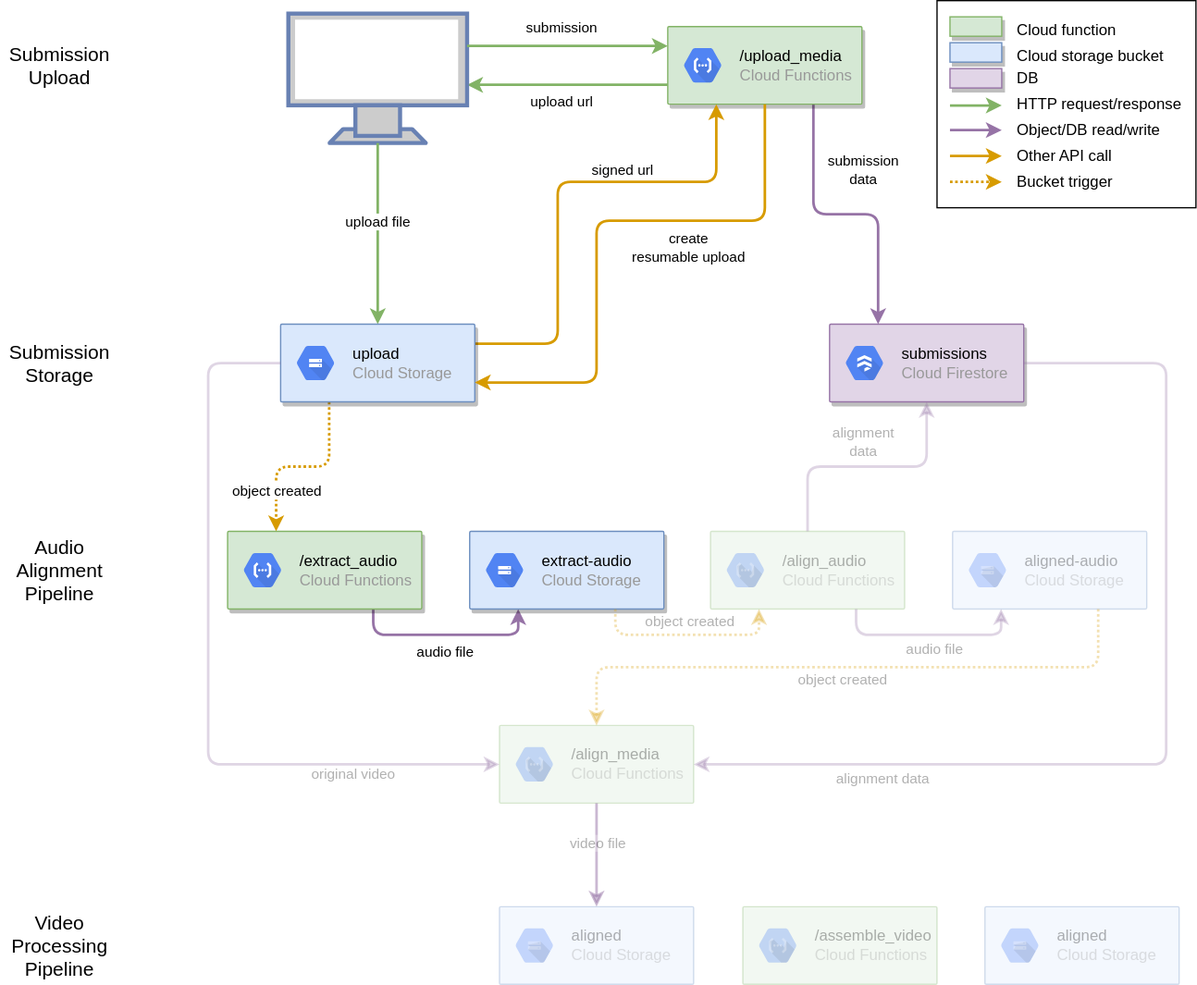
Before: doc/architecture.svg, a diagram exported from draw.io (mrichards42/quarantine-chorus). Source tidied: cells renumbered, new cells last; positions are measured from the earlier drawing's top-left corner, leaving out a move shared by most shapes.
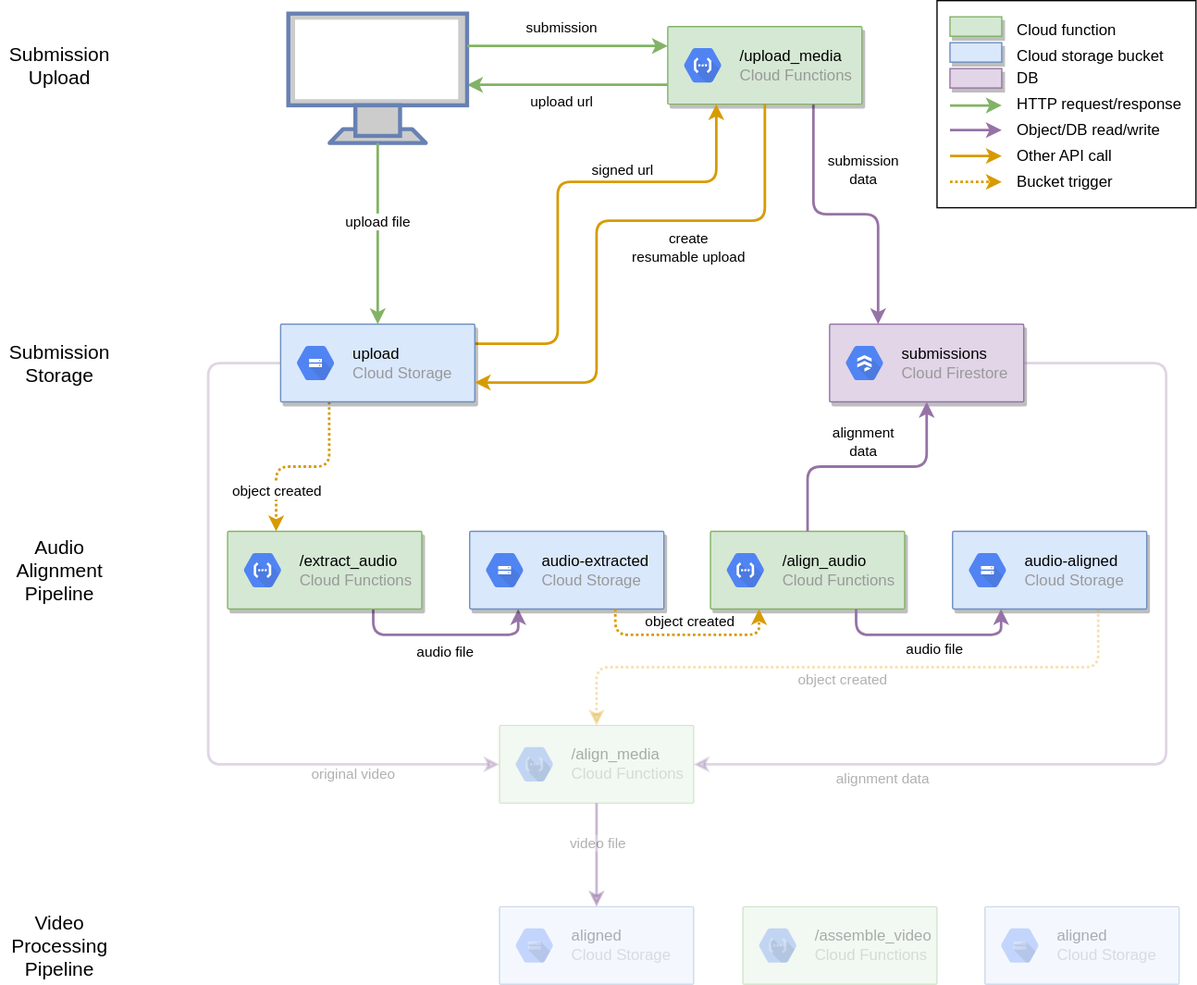
Above is the later version.

Commit message:
Update diagram for align_audio function

Change to the diagram source:
```diff
@@ -122,34 +122,34 @@
     <mxCell id="28" style="strokeColor=#6c8ebf;shadow=1;strokeWidth=1;rounded=1;absoluteArcSize=1;arcSize=2;fillColor=#dae8fc;" parent="1" vertex="1">
       <mxGeometry x="362" y="410" width="150" height="60" as="geometry" />
     </mxCell>
-    <mxCell id="29" value="&lt;font color=&quot;#000000&quot;&gt;extract-audio&lt;/font&gt;&lt;br&gt;Cloud Storage" style="dashed=0;html=1;fillColor=#5184F3;strokeColor=none;shape=mxgraph.gcp2.hexIcon;prIcon=cloud_storage;labelPosition=right;verticalLabelPosition=middle;align=left;verticalAlign=middle;spacingLeft=5;fontColor=#999999;fontSize=12;" parent="28" vertex="1">
+    <mxCell id="29" value="&lt;font color=&quot;#000000&quot;&gt;audio-extracted&lt;/font&gt;&lt;br&gt;Cloud Storage" style="dashed=0;html=1;fillColor=#5184F3;strokeColor=none;shape=mxgraph.gcp2.hexIcon;prIcon=cloud_storage;labelPosition=right;verticalLabelPosition=middle;align=left;verticalAlign=middle;spacingLeft=5;fontColor=#999999;fontSize=12;" parent="28" vertex="1">
       <mxGeometry y="0.5" width="44" height="39" relative="1" as="geometry">
         <mxPoint x="5" y="-19.5" as="offset" />
       </mxGeometry>
     </mxCell>
-    <mxCell id="30" style="strokeColor=#82b366;shadow=0;strokeWidth=1;rounded=1;absoluteArcSize=1;arcSize=2;fillColor=#d5e8d4;opacity=30;textOpacity=30;" parent="1" vertex="1">
+    <mxCell id="30" style="strokeColor=#82b366;shadow=1;strokeWidth=1;rounded=1;absoluteArcSize=1;arcSize=2;fillColor=#d5e8d4;" parent="1" vertex="1">
       <mxGeometry x="548" y="410" width="150" height="60" as="geometry" />
     </mxCell>
-    <mxCell id="31" value="&lt;font color=&quot;#000000&quot;&gt;/align_audio&lt;/font&gt;&lt;br&gt;Cloud Functions" style="dashed=0;html=1;fillColor=#5184F3;strokeColor=none;shape=mxgraph.gcp2.hexIcon;prIcon=cloud_functions;labelPosition=right;verticalLabelPosition=middle;align=left;verticalAlign=middle;spacingLeft=5;fontColor=#999999;fontSize=12;opacity=30;textOpacity=30;" parent="30" vertex="1">
+    <mxCell id="31" value="&lt;font color=&quot;#000000&quot;&gt;/align_audio&lt;/font&gt;&lt;br&gt;Cloud Functions" style="dashed=0;html=1;fillColor=#5184F3;strokeColor=none;shape=mxgraph.gcp2.hexIcon;prIcon=cloud_functions;labelPosition=right;verticalLabelPosition=middle;align=left;verticalAlign=middle;spacingLeft=5;fontColor=#999999;fontSize=12;" parent="30" vertex="1">
       <mxGeometry y="0.5" width="44" height="39" relative="1" as="geometry">
         <mxPoint x="5" y="-19.5" as="offset" />
       </mxGeometry>
     </mxCell>
-    <mxCell id="32" value="object created" style="edgeStyle=orthogonalEdgeStyle;rounded=1;jettySize=auto;html=1;exitX=0.75;exitY=1;exitDx=0;exitDy=0;entryX=0.25;entryY=1;entryDx=0;entryDy=0;strokeWidth=2;dashed=1;dashPattern=1 1;fillColor=#ffe6cc;strokeColor=#d79b00;opacity=30;textOpacity=30;" parent="1" edge="1" source="28" target="30">
+    <mxCell id="32" value="object created" style="edgeStyle=orthogonalEdgeStyle;rounded=1;jettySize=auto;html=1;exitX=0.75;exitY=1;exitDx=0;exitDy=0;entryX=0.25;entryY=1;entryDx=0;entryDy=0;strokeWidth=2;dashed=1;dashPattern=1 1;fillColor=#ffe6cc;strokeColor=#d79b00;" parent="1" edge="1" source="28" target="30">
       <mxGeometry x="0.02" y="10" relative="1" as="geometry" />
     </mxCell>
-    <mxCell id="33" style="strokeColor=#6c8ebf;shadow=0;strokeWidth=1;rounded=1;absoluteArcSize=1;arcSize=2;fillColor=#dae8fc;textOpacity=30;opacity=30;fontColor=#000000;" parent="1" vertex="1">
+    <mxCell id="33" style="strokeColor=#6c8ebf;shadow=1;strokeWidth=1;rounded=1;absoluteArcSize=1;arcSize=2;fillColor=#dae8fc;fontColor=#000000;" parent="1" vertex="1">
       <mxGeometry x="735" y="410" width="150" height="60" as="geometry" />
     </mxCell>
-    <mxCell id="34" value="&lt;font color=&quot;#000000&quot;&gt;aligned-audio&lt;/font&gt;&lt;br&gt;Cloud Storage" style="dashed=0;html=1;fillColor=#5184F3;strokeColor=none;shape=mxgraph.gcp2.hexIcon;prIcon=cloud_storage;labelPosition=right;verticalLabelPosition=middle;align=left;verticalAlign=middle;spacingLeft=5;fontColor=#999999;fontSize=12;textOpacity=30;opacity=30;" parent="33" vertex="1">
+    <mxCell id="34" value="&lt;font color=&quot;#000000&quot;&gt;audio-aligned&lt;/font&gt;&lt;br&gt;Cloud Storage" style="dashed=0;html=1;fillColor=#5184F3;strokeColor=none;shape=mxgraph.gcp2.hexIcon;prIcon=cloud_storage;labelPosition=right;verticalLabelPosition=middle;align=left;verticalAlign=middle;spacingLeft=5;fontColor=#999999;fontSize=12;" parent="33" vertex="1">
       <mxGeometry y="0.5" width="44" height="39" relative="1" as="geometry">
         <mxPoint x="5" y="-19.5" as="offset" />
       </mxGeometry>
     </mxCell>
-    <mxCell id="35" style="edgeStyle=orthogonalEdgeStyle;rounded=1;jettySize=auto;html=1;exitX=0.75;exitY=1;exitDx=0;exitDy=0;entryX=0.25;entryY=1;entryDx=0;entryDy=0;strokeWidth=2;fillColor=#e1d5e7;strokeColor=#9673a6;opacity=30;textOpacity=30;" parent="1" edge="1" source="30" target="33">
+    <mxCell id="35" style="edgeStyle=orthogonalEdgeStyle;rounded=1;jettySize=auto;html=1;exitX=0.75;exitY=1;exitDx=0;exitDy=0;entryX=0.25;entryY=1;entryDx=0;entryDy=0;strokeWidth=2;fillColor=#e1d5e7;strokeColor=#9673a6;" parent="1" edge="1" source="30" target="33">
       <mxGeometry relative="1" as="geometry" />
     </mxCell>
-    <mxCell id="36" value="audio file" style="edgeLabel;html=1;align=center;verticalAlign=middle;textOpacity=30;" parent="35" vertex="1">
+    <mxCell id="36" value="audio file" style="edgeLabel;html=1;align=center;verticalAlign=middle;" parent="35" vertex="1">
       <mxGeometry x="0.23" relative="1" as="geometry">
         <mxPoint x="-13.5" y="10" as="offset" />
       </mxGeometry>
@@ -160,10 +160,10 @@
     <mxCell id="38" value="&lt;div&gt;Audio&lt;br&gt;&lt;/div&gt;&lt;div&gt;Alignment&lt;/div&gt;&lt;div&gt;Pipeline&lt;/div&gt;" style="text;html=1;align=center;verticalAlign=middle;fontSize=15;" parent="1" vertex="1">
       <mxGeometry x="5" y="410" width="80" height="60" as="geometry" />
     </mxCell>
-    <mxCell id="39" style="edgeStyle=orthogonalEdgeStyle;rounded=1;jettySize=auto;html=1;exitX=0.5;exitY=0;exitDx=0;exitDy=0;entryX=0.5;entryY=1;entryDx=0;entryDy=0;strokeWidth=2;fillColor=#e1d5e7;strokeColor=#9673a6;opacity=30;" parent="1" edge="1" source="30" target="26">
+    <mxCell id="39" style="edgeStyle=orthogonalEdgeStyle;rounded=1;jettySize=auto;html=1;exitX=0.5;exitY=0;exitDx=0;exitDy=0;entryX=0.5;entryY=1;entryDx=0;entryDy=0;strokeWidth=2;fillColor=#e1d5e7;strokeColor=#9673a6;" parent="1" edge="1" source="30" target="26">
       <mxGeometry relative="1" as="geometry" />
     </mxCell>
-    <mxCell id="40" value="&lt;div&gt;alignment&lt;/div&gt;&lt;div&gt;data&lt;br&gt;&lt;/div&gt;" style="edgeLabel;html=1;align=center;verticalAlign=middle;textOpacity=30;" parent="39" vertex="1">
+    <mxCell id="40" value="&lt;div&gt;alignment&lt;/div&gt;&lt;div&gt;data&lt;br&gt;&lt;/div&gt;" style="edgeLabel;html=1;align=center;verticalAlign=middle;" parent="39" vertex="1">
       <mxGeometry x="-0.26" relative="1" as="geometry">
         <mxPoint x="21" y="-20" as="offset" />
       </mxGeometry>
```
